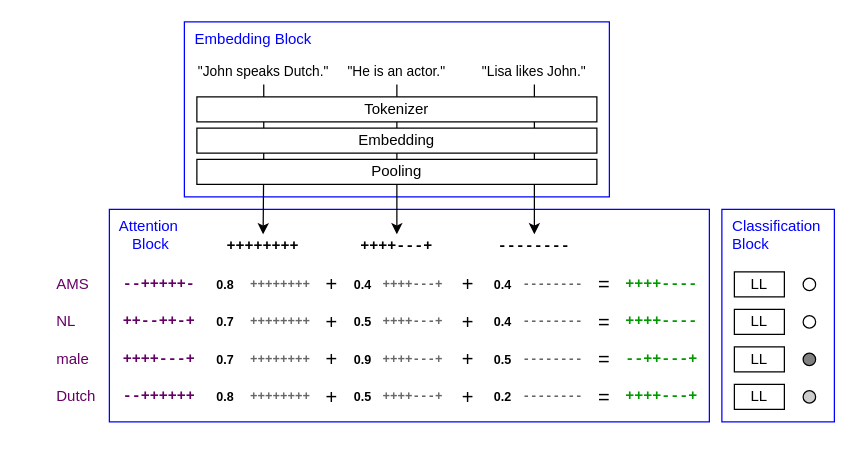
The draw.io diagram src/4_approach/1_texter/2_attention_model/attention_architecture.drawio in TobiasUhmann/thesis-latex, before the edit. Source tidied: cells renumbered, new cells numbered last; positions are measured from the earlier drawing's top-left corner, leaving out a move shared by most shapes. Both pictures are drawn from the tidied source at 125%, with x=0, y=0 at pixel (54, 21).
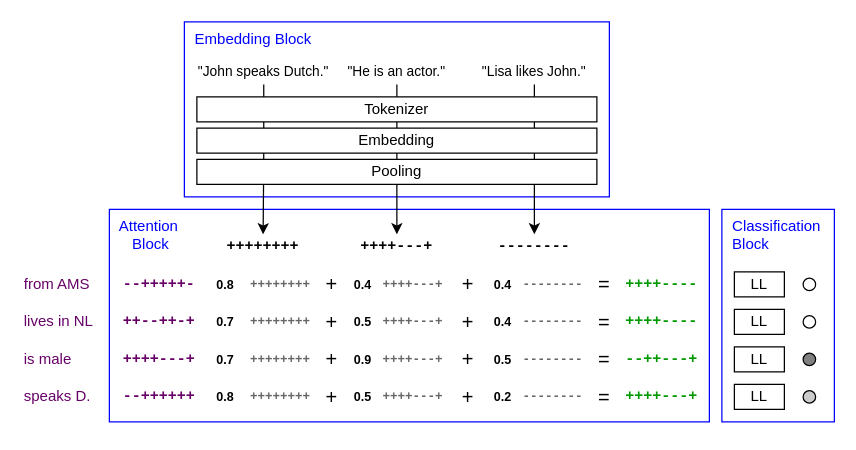
After the change.

What changed in the source:
```diff
@@
-    <mxCell id="17" value="AMS" style="text;html=1;strokeColor=none;fillColor=none;align=left;verticalAlign=middle;whiteSpace=wrap;rounded=0;fontColor=#660066;" parent="1" vertex="1">
-      <mxGeometry y="200" width="44" height="20" as="geometry" />
+    <mxCell id="17" value="from AMS" style="text;html=1;strokeColor=none;fillColor=none;align=left;verticalAlign=middle;whiteSpace=wrap;rounded=0;fontColor=#660066;" parent="1" vertex="1">
+      <mxGeometry x="-26" y="200" width="60" height="20" as="geometry" />
     </mxCell>
@@
-    <mxCell id="19" value="NL" style="text;html=1;strokeColor=none;fillColor=none;align=left;verticalAlign=middle;whiteSpace=wrap;rounded=0;fontColor=#660066;" parent="1" vertex="1">
-      <mxGeometry y="230" width="44" height="20" as="geometry" />
+    <mxCell id="19" value="lives in NL" style="text;html=1;strokeColor=none;fillColor=none;align=left;verticalAlign=middle;whiteSpace=wrap;rounded=0;fontColor=#660066;" parent="1" vertex="1">
+      <mxGeometry x="-26" y="230" width="60" height="20" as="geometry" />
     </mxCell>
@@
-    <mxCell id="21" value="male" style="text;html=1;strokeColor=none;fillColor=none;align=left;verticalAlign=middle;whiteSpace=wrap;rounded=0;fontColor=#660066;" parent="1" vertex="1">
-      <mxGeometry y="260" width="44" height="20" as="geometry" />
+    <mxCell id="21" value="is male" style="text;html=1;strokeColor=none;fillColor=none;align=left;verticalAlign=middle;whiteSpace=wrap;rounded=0;fontColor=#660066;" parent="1" vertex="1">
+      <mxGeometry x="-26" y="260" width="60" height="20" as="geometry" />
     </mxCell>
@@
-    <mxCell id="23" value="Dutch" style="text;html=1;strokeColor=none;fillColor=none;align=left;verticalAlign=middle;whiteSpace=wrap;rounded=0;fontColor=#660066;" parent="1" vertex="1">
-      <mxGeometry y="290" width="44" height="20" as="geometry" />
+    <mxCell id="23" value="speaks D." style="text;html=1;strokeColor=none;fillColor=none;align=left;verticalAlign=middle;whiteSpace=wrap;rounded=0;fontColor=#660066;" parent="1" vertex="1">
+      <mxGeometry x="-26" y="290" width="60" height="20" as="geometry" />
     </mxCell>
```
